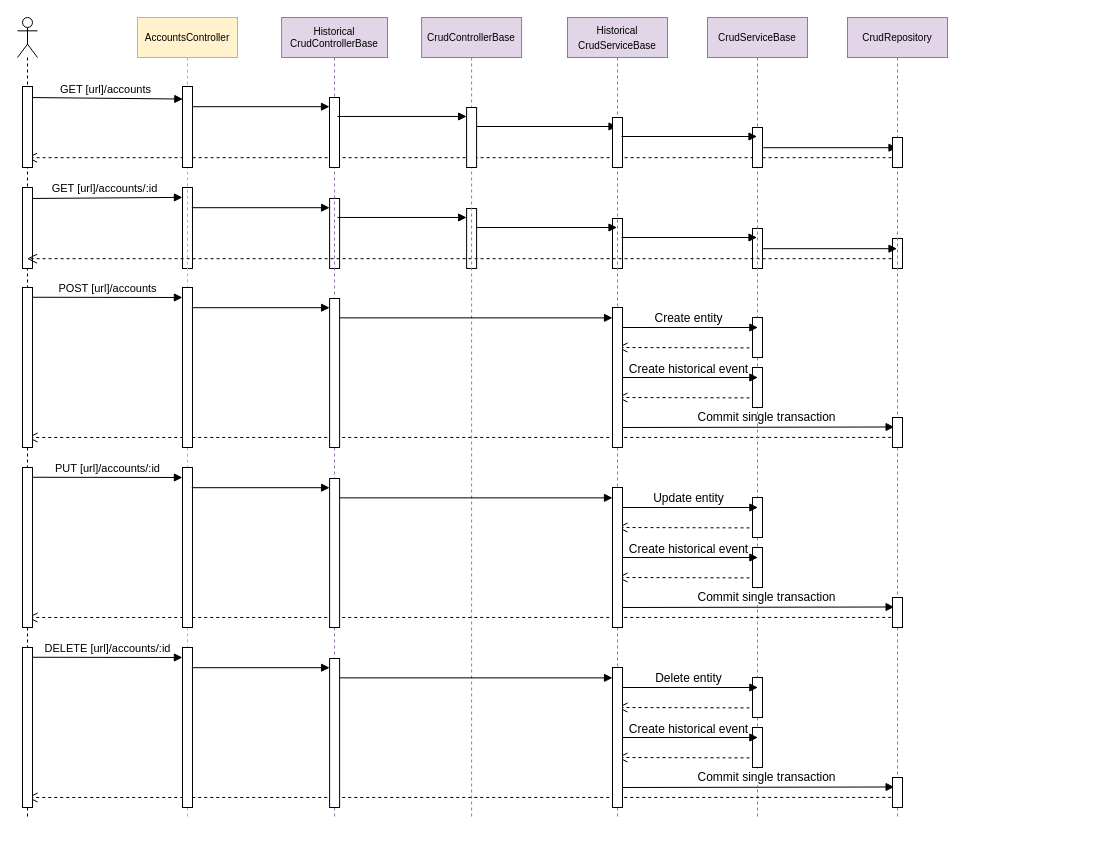
The draw.io diagram page "HistoricalCrud" (2 of 2) of docs/CustomLayers/sequence.drawio in lonesomegeek/LSG.GenericCrud, before the edit. Source tidied: cells renumbered, new cells numbered last; positions are measured from the earlier drawing's top-left corner, leaving out a move shared by most shapes. Both pictures are drawn from the tidied source at 100%, with x=0, y=0 at pixel (17, 17).
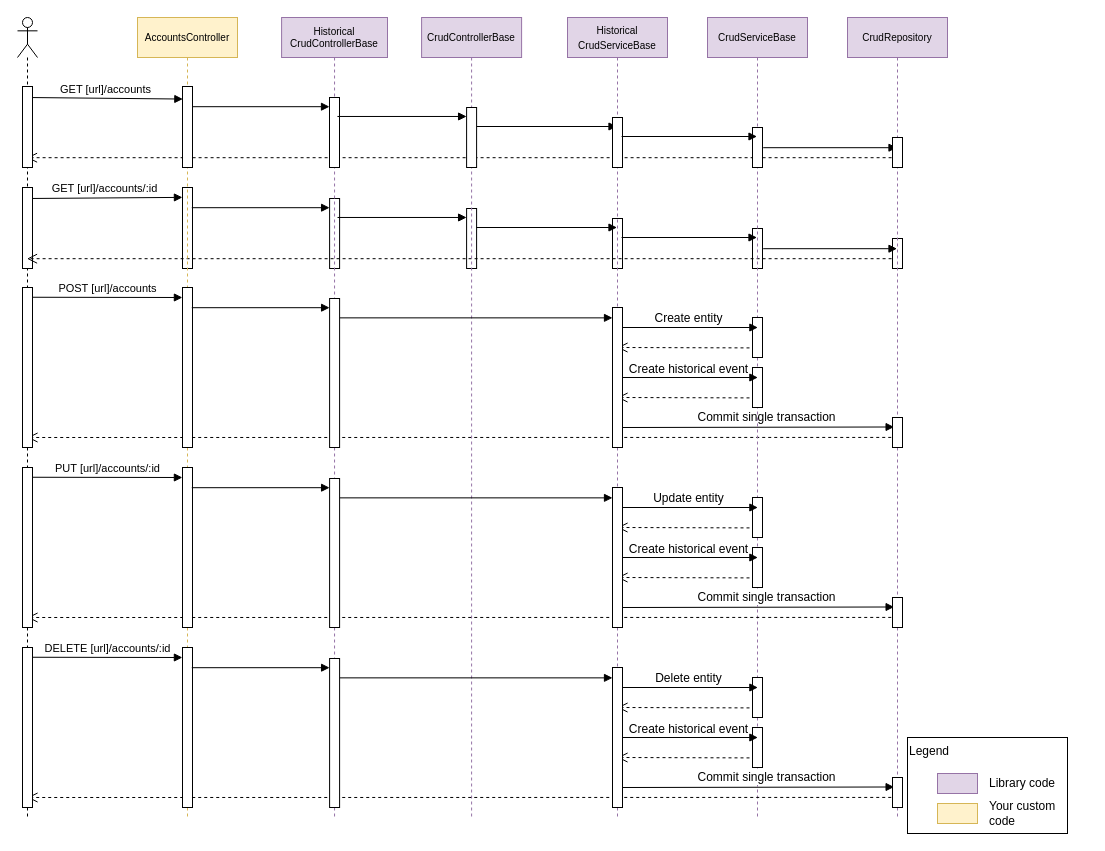
After the change.

The edit, as a diff of the source:
```diff
@@
+    <mxCell id="95" style="group;" parent="1" vertex="1">
+      <mxGeometry x="890" y="720" width="180" height="96" as="geometry" />
+    </mxCell>
+    <mxCell id="96" value="Legend" style="rounded=0;whiteSpace=wrap;html=1;align=left;labelPosition=center;verticalLabelPosition=middle;verticalAlign=top;" parent="95" vertex="1">
+      <mxGeometry width="160" height="96" as="geometry" />
+    </mxCell>
+    <mxCell id="97" style="rounded=0;whiteSpace=wrap;html=1;align=left;fillColor=#e1d5e7;strokeColor=#9673a6;" parent="95" vertex="1">
+      <mxGeometry x="30" y="36" width="40" height="20" as="geometry" />
+    </mxCell>
+    <mxCell id="98" style="rounded=0;whiteSpace=wrap;html=1;align=left;fillColor=#fff2cc;strokeColor=#d6b656;" parent="95" vertex="1">
+      <mxGeometry x="30" y="66" width="40" height="20" as="geometry" />
+    </mxCell>
+    <mxCell id="99" value="Library code" style="text;html=1;strokeColor=none;fillColor=none;align=left;verticalAlign=middle;whiteSpace=wrap;rounded=0;" parent="95" vertex="1">
+      <mxGeometry x="80" y="36" width="100" height="20" as="geometry" />
+    </mxCell>
+    <mxCell id="100" value="Your custom code" style="text;html=1;strokeColor=none;fillColor=none;align=left;verticalAlign=middle;whiteSpace=wrap;rounded=0;" parent="95" vertex="1">
+      <mxGeometry x="80" y="66" width="70" height="20" as="geometry" />
+    </mxCell>
```
